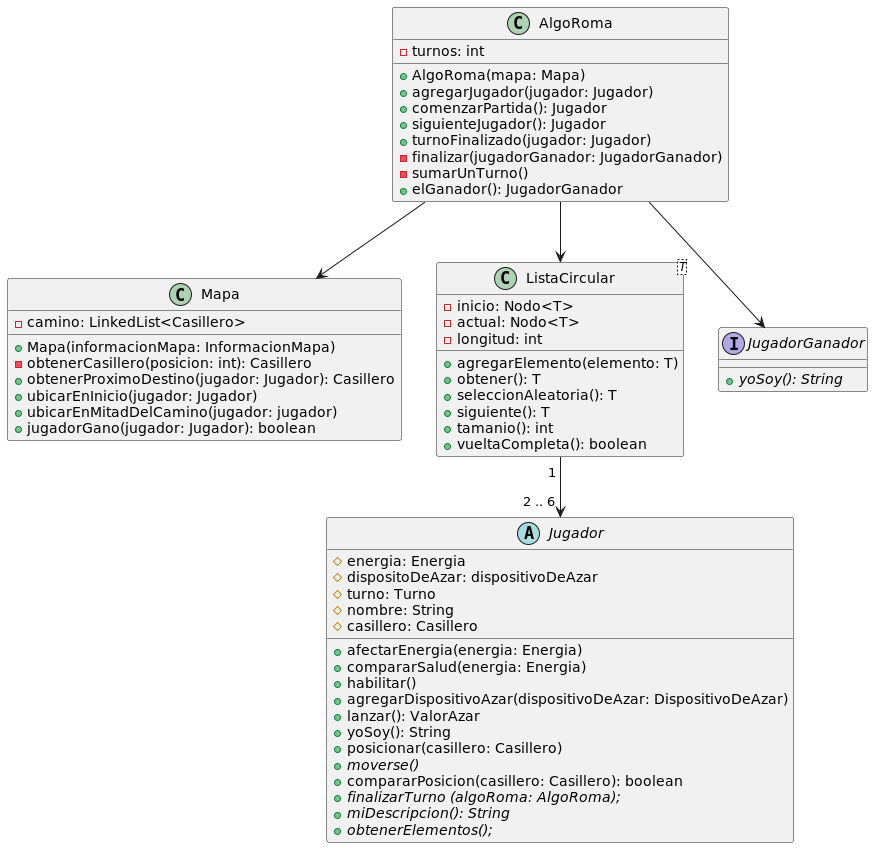
CrissRMFI/TP2-AlgoIII keeps this PlantUML diagram as diagrams/classes/DiagramasAlgoRoma/AlgoRoma.png. Above is the earlier version.
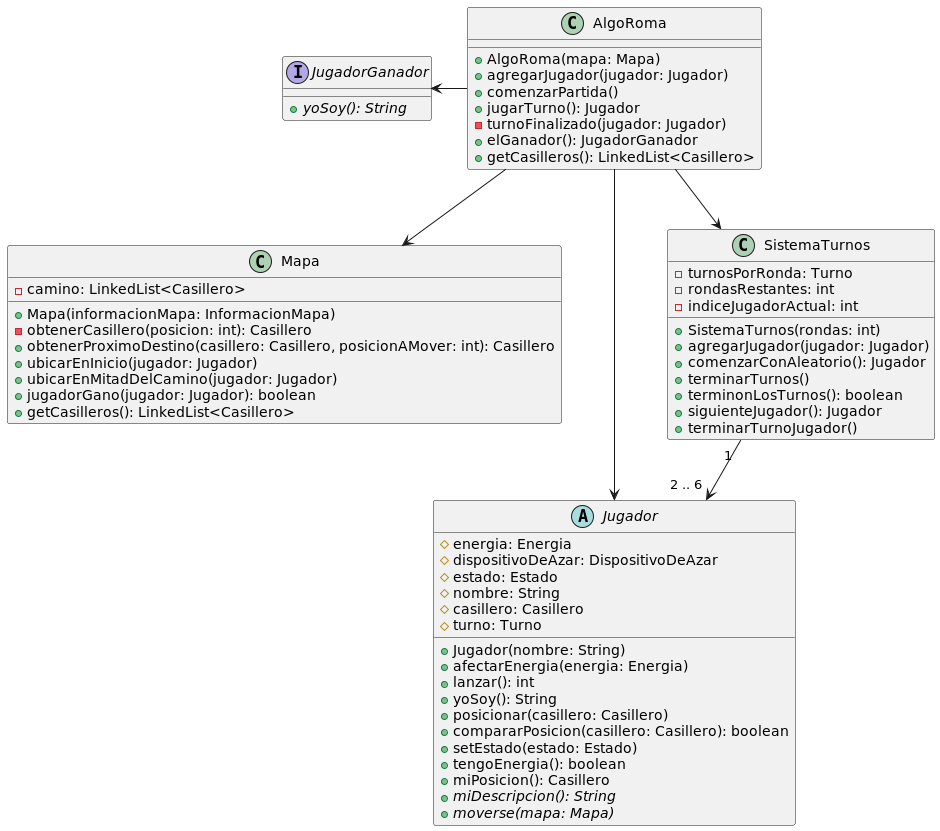
After the commit.

What changed in the source:
```diff
@@ -1,49 +1,13 @@
 @startuml AlgoRoma
 
 class AlgoRoma{
-    -turnos: int
     +AlgoRoma(mapa: Mapa)
     +agregarJugador(jugador: Jugador)
-    +comenzarPartida(): Jugador
-    +siguienteJugador(): Jugador
-    +turnoFinalizado(jugador: Jugador)
-    -finalizar(jugadorGanador: JugadorGanador)
-    -sumarUnTurno()
+    +comenzarPartida()
+    +jugarTurno(): Jugador
+    -turnoFinalizado(jugador: Jugador)
     +elGanador(): JugadorGanador
-}
-
-
-class ListaCircular<T>{
-    -inicio: Nodo<T>
-    -actual: Nodo<T>
-    -longitud: int
-    +agregarElemento(elemento: T)
-    +obtener(): T
-    +seleccionAleatoria(): T
-    +siguiente(): T
-    +tamanio(): int
-    +vueltaCompleta(): boolean
-}
-
-
-abstract class Jugador{
-    #energia: Energia
-    #dispositoDeAzar: dispositivoDeAzar
-    #turno: Turno
-    #nombre: String
-    #casillero: Casillero
-    +afectarEnergia(energia: Energia)
-    +compararSalud(energia: Energia)
-    +habilitar()
-    +agregarDispositivoAzar(dispositivoDeAzar: DispositivoDeAzar)
-    +lanzar(): ValorAzar
-    +yoSoy(): String
-    +posicionar(casillero: Casillero)
-    +{abstract}moverse()
-    +compararPosicion(casillero: Casillero): boolean
-    +{abstract}finalizarTurno (algoRoma: AlgoRoma);
-    +{abstract}miDescripcion(): String
-    +{abstract}obtenerElementos();
+    +getCasilleros(): LinkedList<Casillero>
 }
 
 
@@ -51,28 +15,62 @@
     -camino: LinkedList<Casillero>
     +Mapa(informacionMapa: InformacionMapa)
     -obtenerCasillero(posicion: int): Casillero
-    +obtenerProximoDestino(jugador: Jugador): Casillero
+    +obtenerProximoDestino(casillero: Casillero, posicionAMover: int): Casillero
     +ubicarEnInicio(jugador: Jugador)
-    +ubicarEnMitadDelCamino(jugador: jugador)
+    +ubicarEnMitadDelCamino(jugador: Jugador)
     +jugadorGano(jugador: Jugador): boolean
+    +getCasilleros(): LinkedList<Casillero>
+}
+
+
+abstract class Jugador{
+    #energia: Energia
+    #dispositivoDeAzar: DispositivoDeAzar
+    #estado: Estado
+    #nombre: String
+    #casillero: Casillero
+    #turno: Turno
+    +Jugador(nombre: String)
+    +afectarEnergia(energia: Energia)
+    +lanzar(): int
+    +yoSoy(): String
+    +posicionar(casillero: Casillero)
+    +compararPosicion(casillero: Casillero): boolean
+    +setEstado(estado: Estado)
+    +tengoEnergia(): boolean
+    +miPosicion(): Casillero
+    +{abstract} miDescripcion(): String
+    +{abstract} moverse(mapa: Mapa)
 }
 
 
 interface JugadorGanador{
-    +{abstract}yoSoy(): String
+    +{abstract} yoSoy(): String
 }
 
-Mapa -[hidden]> ListaCircular
-ListaCircular -[hidden]> JugadorGanador
+
+class SistemaTurnos{
+    -turnosPorRonda: Turno
+    -rondasRestantes: int
+    -indiceJugadorActual: int
+    +SistemaTurnos(rondas: int)
+    +agregarJugador(jugador: Jugador)
+    +comenzarConAleatorio(): Jugador
+    +terminarTurnos()
+    +terminonLosTurnos(): boolean
+    +siguienteJugador(): Jugador
+    +terminarTurnoJugador()
+}
 
 
-AlgoRoma --> ListaCircular
+AlgoRoma -> Mapa
+AlgoRoma -> Jugador
+JugadorGanador <- AlgoRoma
+AlgoRoma --> SistemaTurnos
 
-ListaCircular "1 " --> "2 .. 6 " Jugador
-
-AlgoRoma --> Mapa
-AlgoRoma --> JugadorGanador
+Mapa -[hidden]> Jugador
 
 
+SistemaTurnos "1 " --> "2 .. 6  " Jugador
 
 @enduml
```
